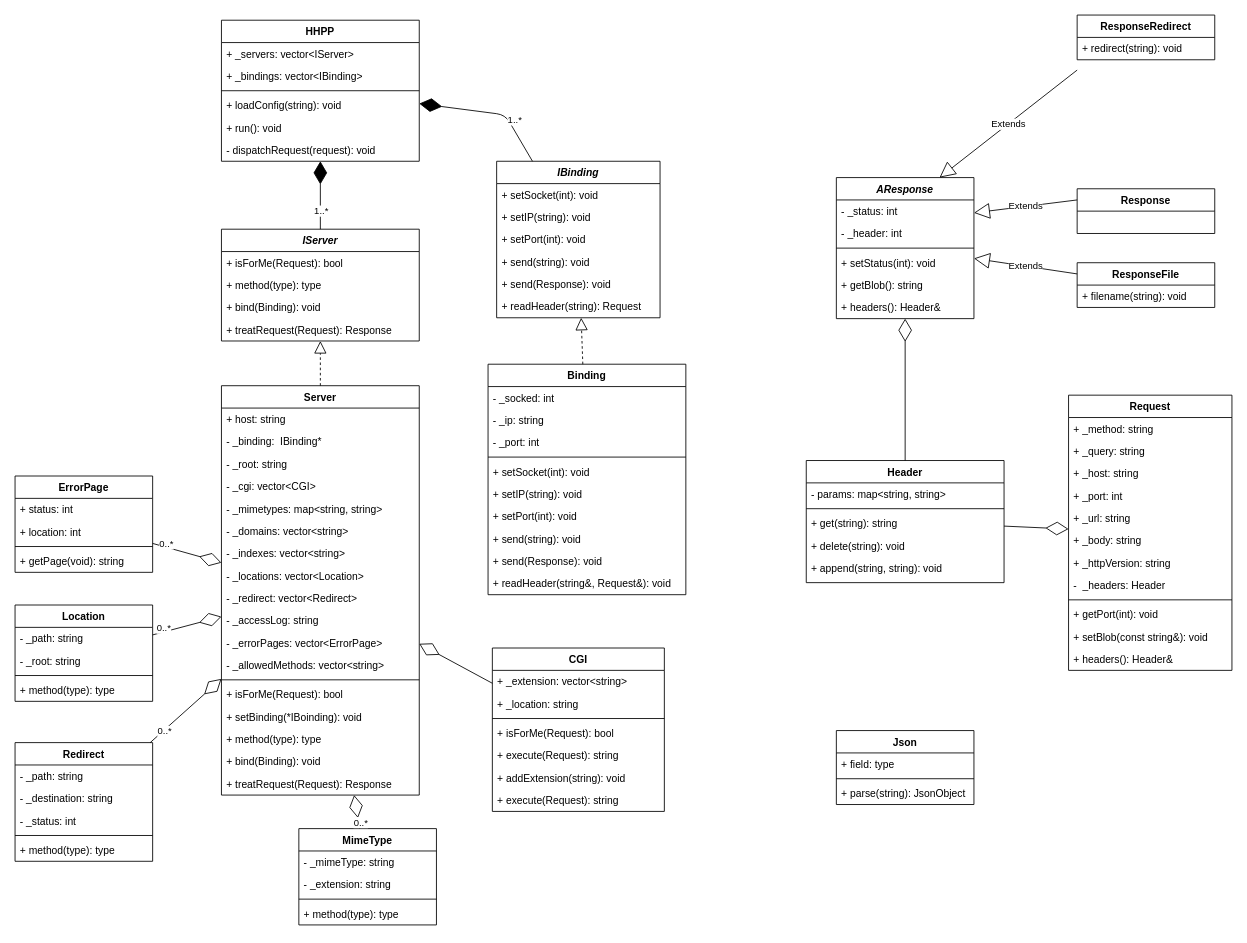
Earlier version of the draw.io diagram doc/architecture.drawio (danielthalmann/42hhpp). Source tidied: cells renumbered, new cells numbered last; positions are measured from the earlier drawing's top-left corner, leaving out a move shared by most shapes. Both pictures are drawn from the tidied source at 86%, with x=0, y=0 at pixel (15, 15).
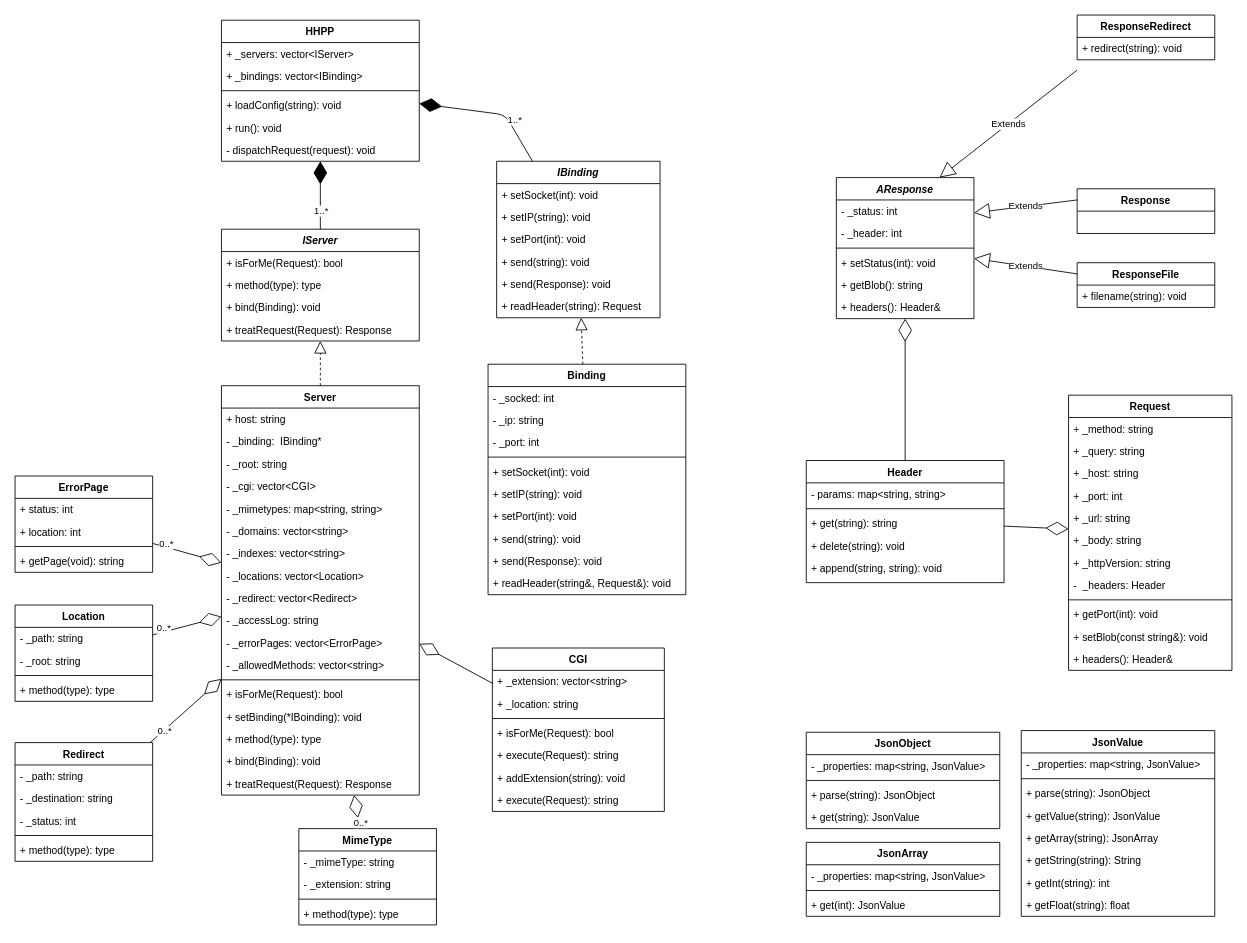
After the change.

Change to the diagram source:
```diff
@@
-    <mxCell id="2" value="Json" style="swimlane;fontStyle=1;align=center;verticalAlign=top;horizontal=1;startSize=26;" parent="1" vertex="1">
-      <mxGeometry x="955" y="832" width="160" height="86" as="geometry" />
+    <mxCell id="2" value="JsonObject" style="swimlane;fontStyle=1;align=center;verticalAlign=top;horizontal=1;startSize=26;" parent="1" vertex="1">
+      <mxGeometry x="920" y="834" width="225" height="112" as="geometry" />
     </mxCell>
-    <mxCell id="3" value="+ field: type" style="text;strokeColor=none;fillColor=none;align=left;verticalAlign=top;spacingLeft=4;spacingRight=4;overflow=hidden;" parent="2" vertex="1">
-      <mxGeometry y="26" width="160" height="26" as="geometry" />
+    <mxCell id="3" value="- _properties: map&lt;string, JsonValue&gt;" style="text;strokeColor=none;fillColor=none;align=left;verticalAlign=top;spacingLeft=4;spacingRight=4;overflow=hidden;" parent="2" vertex="1">
+      <mxGeometry y="26" width="225" height="26" as="geometry" />
     </mxCell>
     <mxCell id="4" style="line;strokeWidth=1;fillColor=none;align=left;verticalAlign=middle;spacingTop=-1;spacingLeft=3;spacingRight=3;labelPosition=right;" parent="2" vertex="1">
-      <mxGeometry y="52" width="160" height="8" as="geometry" />
+      <mxGeometry y="52" width="225" height="8" as="geometry" />
     </mxCell>
     <mxCell id="5" value="+ parse(string): JsonObject" style="text;strokeColor=none;fillColor=none;align=left;verticalAlign=top;spacingLeft=4;spacingRight=4;overflow=hidden;" parent="2" vertex="1">
-      <mxGeometry y="60" width="160" height="26" as="geometry" />
+      <mxGeometry y="60" width="225" height="26" as="geometry" />
     </mxCell>
+    <mxCell id="131" value="+ get(string): JsonValue" style="text;strokeColor=none;fillColor=none;align=left;verticalAlign=top;spacingLeft=4;spacingRight=4;overflow=hidden;" parent="2" vertex="1">
+      <mxGeometry y="86" width="225" height="26" as="geometry" />
+    </mxCell>
@@
+    <mxCell id="132" value="JsonValue" style="swimlane;fontStyle=1;align=center;verticalAlign=top;horizontal=1;startSize=26;" parent="1" vertex="1">
+      <mxGeometry x="1170" y="832" width="225" height="216" as="geometry" />
+    </mxCell>
+    <mxCell id="133" value="- _properties: map&lt;string, JsonValue&gt;" style="text;strokeColor=none;fillColor=none;align=left;verticalAlign=top;spacingLeft=4;spacingRight=4;overflow=hidden;" parent="132" vertex="1">
+      <mxGeometry y="26" width="225" height="26" as="geometry" />
+    </mxCell>
+    <mxCell id="134" style="line;strokeWidth=1;fillColor=none;align=left;verticalAlign=middle;spacingTop=-1;spacingLeft=3;spacingRight=3;labelPosition=right;" parent="132" vertex="1">
+      <mxGeometry y="52" width="225" height="8" as="geometry" />
+    </mxCell>
+    <mxCell id="135" value="+ parse(string): JsonObject" style="text;strokeColor=none;fillColor=none;align=left;verticalAlign=top;spacingLeft=4;spacingRight=4;overflow=hidden;" parent="132" vertex="1">
+      <mxGeometry y="60" width="225" height="26" as="geometry" />
+    </mxCell>
+    <mxCell id="136" value="+ getValue(string): JsonValue" style="text;strokeColor=none;fillColor=none;align=left;verticalAlign=top;spacingLeft=4;spacingRight=4;overflow=hidden;" parent="132" vertex="1">
+      <mxGeometry y="86" width="225" height="26" as="geometry" />
+    </mxCell>
+    <mxCell id="137" value="+ getArray(string): JsonArray" style="text;strokeColor=none;fillColor=none;align=left;verticalAlign=top;spacingLeft=4;spacingRight=4;overflow=hidden;" parent="132" vertex="1">
+      <mxGeometry y="112" width="225" height="26" as="geometry" />
+    </mxCell>
+    <mxCell id="138" value="+ getString(string): String" style="text;strokeColor=none;fillColor=none;align=left;verticalAlign=top;spacingLeft=4;spacingRight=4;overflow=hidden;" parent="132" vertex="1">
+      <mxGeometry y="138" width="225" height="26" as="geometry" />
+    </mxCell>
+    <mxCell id="139" value="+ getInt(string): int" style="text;strokeColor=none;fillColor=none;align=left;verticalAlign=top;spacingLeft=4;spacingRight=4;overflow=hidden;" parent="132" vertex="1">
+      <mxGeometry y="164" width="225" height="26" as="geometry" />
+    </mxCell>
+    <mxCell id="140" value="+ getFloat(string): float" style="text;strokeColor=none;fillColor=none;align=left;verticalAlign=top;spacingLeft=4;spacingRight=4;overflow=hidden;" parent="132" vertex="1">
+      <mxGeometry y="190" width="225" height="26" as="geometry" />
+    </mxCell>
+    <mxCell id="141" value="JsonArray" style="swimlane;fontStyle=1;align=center;verticalAlign=top;horizontal=1;startSize=26;" parent="1" vertex="1">
+      <mxGeometry x="920" y="962" width="225" height="86" as="geometry" />
+    </mxCell>
+    <mxCell id="142" value="- _properties: map&lt;string, JsonValue&gt;" style="text;strokeColor=none;fillColor=none;align=left;verticalAlign=top;spacingLeft=4;spacingRight=4;overflow=hidden;" parent="141" vertex="1">
+      <mxGeometry y="26" width="225" height="26" as="geometry" />
+    </mxCell>
+    <mxCell id="143" style="line;strokeWidth=1;fillColor=none;align=left;verticalAlign=middle;spacingTop=-1;spacingLeft=3;spacingRight=3;labelPosition=right;" parent="141" vertex="1">
+      <mxGeometry y="52" width="225" height="8" as="geometry" />
+    </mxCell>
+    <mxCell id="144" value="+ get(int): JsonValue" style="text;strokeColor=none;fillColor=none;align=left;verticalAlign=top;spacingLeft=4;spacingRight=4;overflow=hidden;" parent="141" vertex="1">
+      <mxGeometry y="60" width="225" height="26" as="geometry" />
+    </mxCell>
```
